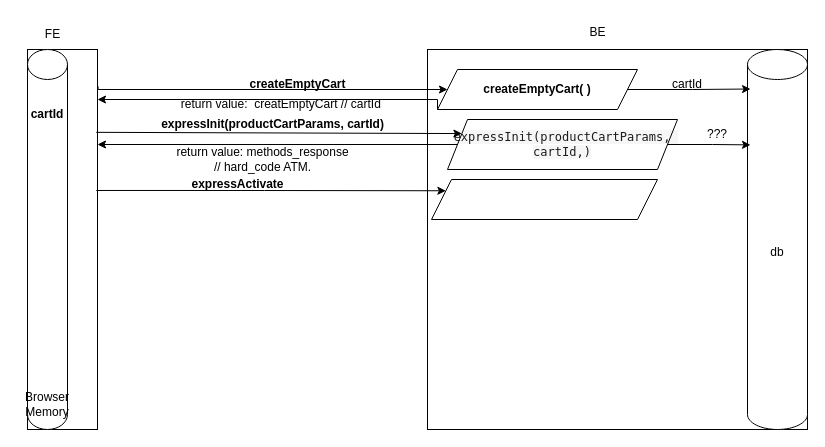
ian-qiu2025/drawio keeps this draw.io diagram as Untitled Diagram.drawio. Above is the earlier version. Source tidied: cells renumbered, new cells numbered last; positions are measured from the earlier drawing's top-left corner, leaving out a move shared by most shapes. Both pictures are drawn from the tidied source at 100%, with x=0, y=0 at pixel (17, 17).
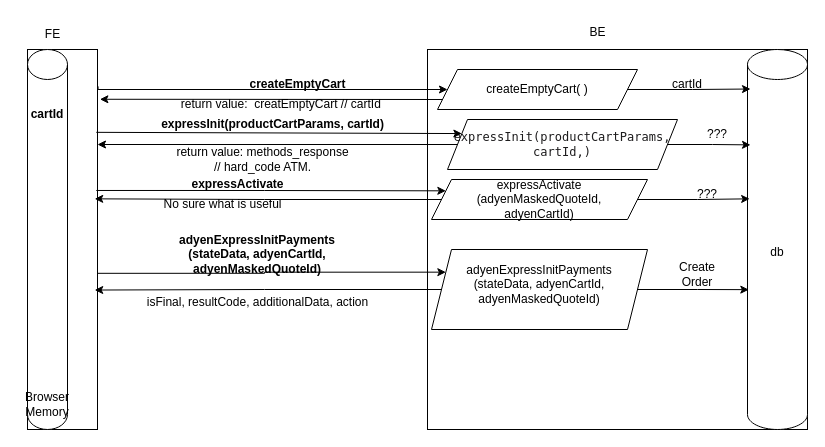
The same diagram, later.

Unchanged cells that the change refers to:
```xml
<mxCell id="2" style="rounded=0;whiteSpace=wrap;html=1;" parent="1" vertex="1">
  <mxGeometry x="10" y="32" width="70" height="380" as="geometry" />
</mxCell>
<mxCell id="11" value="db" style="shape=cylinder3;whiteSpace=wrap;html=1;boundedLbl=1;backgroundOutline=1;size=15;" parent="1" vertex="1">
  <mxGeometry x="730" y="32" width="60" height="380" as="geometry" />
</mxCell>
```

The edit, as a diff of the source:
```diff
@@
-    <mxCell id="6" style="edgeStyle=orthogonalEdgeStyle;rounded=0;jettySize=auto;html=1;exitX=0;exitY=1;exitDx=0;exitDy=0;" parent="1" edge="1" source="7" target="2">
+    <mxCell id="6" style="edgeStyle=orthogonalEdgeStyle;rounded=0;jettySize=auto;html=1;exitX=0;exitY=0.75;exitDx=0;exitDy=0;entryX=1.034;entryY=0.131;entryDx=0;entryDy=0;entryPerimeter=0;" parent="1" edge="1" target="2">
       <mxGeometry relative="1" as="geometry">
+        <mxPoint x="451.8" y="82" as="sourcePoint" />
         <Array as="points">
-          <mxPoint x="420" y="82" />
+          <mxPoint x="427" y="82" />
         </Array>
       </mxGeometry>
     </mxCell>
-    <mxCell id="7" value="&lt;b style=&quot;text-wrap-mode: nowrap;&quot;&gt;createEmptyCart( )&lt;/b&gt;" style="shape=parallelogram;perimeter=parallelogramPerimeter;whiteSpace=wrap;html=1;fixedSize=1;" parent="1" vertex="1">
+    <mxCell id="7" value="&lt;span style=&quot;text-wrap-mode: nowrap;&quot;&gt;createEmptyCart( )&lt;/span&gt;" style="shape=parallelogram;perimeter=parallelogramPerimeter;whiteSpace=wrap;html=1;fixedSize=1;" parent="1" vertex="1">
       <mxGeometry x="420" y="52" width="200" height="40" as="geometry" />
     </mxCell>
@@
-    <mxCell id="14" value="&lt;span style=&quot;color: rgb(29, 28, 29); font-family: Monaco, Menlo, Consolas, &amp;quot;Courier New&amp;quot;, monospace; font-variant-ligatures: none; text-align: left; white-space-collapse: preserve; background-color: rgba(29, 28, 29, 0.04);&quot;&gt;expressInit(&lt;/span&gt;&lt;span style=&quot;color: rgb(29, 28, 29); font-family: Monaco, Menlo, Consolas, &amp;quot;Courier New&amp;quot;, monospace; font-variant-ligatures: none; text-align: left; white-space-collapse: preserve; background-color: rgba(29, 28, 29, 0.04);&quot;&gt;productCartParams, cartId,&lt;/span&gt;&lt;span style=&quot;color: rgb(29, 28, 29); font-family: Monaco, Menlo, Consolas, &amp;quot;Courier New&amp;quot;, monospace; font-variant-ligatures: none; text-align: left; white-space-collapse: preserve; background-color: rgba(29, 28, 29, 0.04);&quot;&gt;)&lt;/span&gt;" style="shape=parallelogram;perimeter=parallelogramPerimeter;whiteSpace=wrap;html=1;fixedSize=1;" parent="1" vertex="1">
+    <mxCell id="14" value="&lt;div style=&quot;&quot;&gt;&lt;span style=&quot;background-color: transparent; font-variant-ligatures: none; white-space-collapse: preserve;&quot;&gt;&lt;font face=&quot;Monaco, Menlo, Consolas, Courier New, monospace&quot; color=&quot;#1d1c1d&quot;&gt;expressInit(productCartParams, cartId,)&lt;/font&gt;&lt;/span&gt;&lt;/div&gt;" style="shape=parallelogram;perimeter=parallelogramPerimeter;whiteSpace=wrap;html=1;fixedSize=1;align=center;" parent="1" vertex="1">
       <mxGeometry x="430" y="102" width="230" height="50" as="geometry" />
     </mxCell>
@@
-    <mxCell id="23" style="shape=parallelogram;perimeter=parallelogramPerimeter;whiteSpace=wrap;html=1;fixedSize=1;" parent="1" vertex="1">
-      <mxGeometry x="414" y="162" width="226" height="40" as="geometry" />
+    <mxCell id="23" value="expressActivate&lt;div&gt;(adyenMaskedQuoteId,&lt;div&gt;adyenCartId)&lt;/div&gt;&lt;/div&gt;" style="shape=parallelogram;perimeter=parallelogramPerimeter;whiteSpace=wrap;html=1;fixedSize=1;" parent="1" vertex="1">
+      <mxGeometry x="414" y="162" width="216" height="40" as="geometry" />
     </mxCell>
@@
+    <mxCell id="27" style="edgeStyle=orthogonalEdgeStyle;rounded=0;jettySize=auto;html=1;exitX=0;exitY=0.5;exitDx=0;exitDy=0;entryX=0.96;entryY=0.393;entryDx=0;entryDy=0;entryPerimeter=0;" parent="1" edge="1" source="23" target="2">
+      <mxGeometry relative="1" as="geometry" />
+    </mxCell>
+    <mxCell id="28" value="No sure what is useful" style="text;html=1;align=center;verticalAlign=middle;strokeColor=none;fillColor=none;" parent="1" vertex="1">
+      <mxGeometry x="135" y="172" width="140" height="30" as="geometry" />
+    </mxCell>
+    <mxCell id="29" style="edgeStyle=orthogonalEdgeStyle;rounded=0;jettySize=auto;html=1;exitX=1;exitY=0.5;exitDx=0;exitDy=0;entryX=0.036;entryY=0.393;entryDx=0;entryDy=0;entryPerimeter=0;" parent="1" edge="1" source="23" target="11">
+      <mxGeometry relative="1" as="geometry" />
+    </mxCell>
+    <mxCell id="30" value="???" style="text;html=1;align=center;verticalAlign=middle;whiteSpace=wrap;rounded=0;" parent="1" vertex="1">
+      <mxGeometry x="660" y="162" width="60" height="30" as="geometry" />
+    </mxCell>
+    <mxCell id="31" style="shape=parallelogram;perimeter=parallelogramPerimeter;whiteSpace=wrap;html=1;fixedSize=1;align=right;" parent="1" vertex="1">
+      <mxGeometry x="414" y="232" width="216" height="80" as="geometry" />
+    </mxCell>
+    <mxCell id="32" value="adyenExpressInitPayments (stateData, adyenCartId, adyenMaskedQuoteId)" style="text;html=1;align=center;verticalAlign=middle;whiteSpace=wrap;rounded=0;" parent="1" vertex="1">
+      <mxGeometry x="492" y="252" width="60" height="30" as="geometry" />
+    </mxCell>
+    <mxCell id="33" style="edgeStyle=orthogonalEdgeStyle;rounded=0;jettySize=auto;html=1;exitX=1;exitY=0.5;exitDx=0;exitDy=0;entryX=0.022;entryY=0.632;entryDx=0;entryDy=0;entryPerimeter=0;" parent="1" edge="1" source="31" target="11">
+      <mxGeometry relative="1" as="geometry" />
+    </mxCell>
+    <mxCell id="34" value="Create Order" style="text;html=1;align=center;verticalAlign=middle;whiteSpace=wrap;rounded=0;" parent="1" vertex="1">
+      <mxGeometry x="650" y="242" width="60" height="30" as="geometry" />
+    </mxCell>
+    <mxCell id="35" value="&lt;b&gt;adyenExpressInitPayments (stateData, adyenCartId, adyenMaskedQuoteId)&lt;/b&gt;" style="text;html=1;align=center;verticalAlign=middle;whiteSpace=wrap;rounded=0;" parent="1" vertex="1">
+      <mxGeometry x="210" y="222" width="60" height="30" as="geometry" />
+    </mxCell>
+    <mxCell id="36" style="edgeStyle=orthogonalEdgeStyle;rounded=0;jettySize=auto;html=1;exitX=0;exitY=0.5;exitDx=0;exitDy=0;entryX=0.96;entryY=0.633;entryDx=0;entryDy=0;entryPerimeter=0;" parent="1" edge="1" source="31" target="2">
+      <mxGeometry relative="1" as="geometry" />
+    </mxCell>
+    <mxCell id="37" value="isFinal, resultCode, additionalData, action" style="text;html=1;align=center;verticalAlign=middle;strokeColor=none;fillColor=none;" parent="1" vertex="1">
+      <mxGeometry x="120" y="270" width="240" height="30" as="geometry" />
+    </mxCell>
+    <mxCell id="38" style="edgeStyle=orthogonalEdgeStyle;rounded=0;jettySize=auto;html=1;entryX=0;entryY=0.25;entryDx=0;entryDy=0;exitX=1.006;exitY=0.589;exitDx=0;exitDy=0;exitPerimeter=0;" parent="1" edge="1" source="2" target="31">
+      <mxGeometry relative="1" as="geometry" />
+    </mxCell>
```
